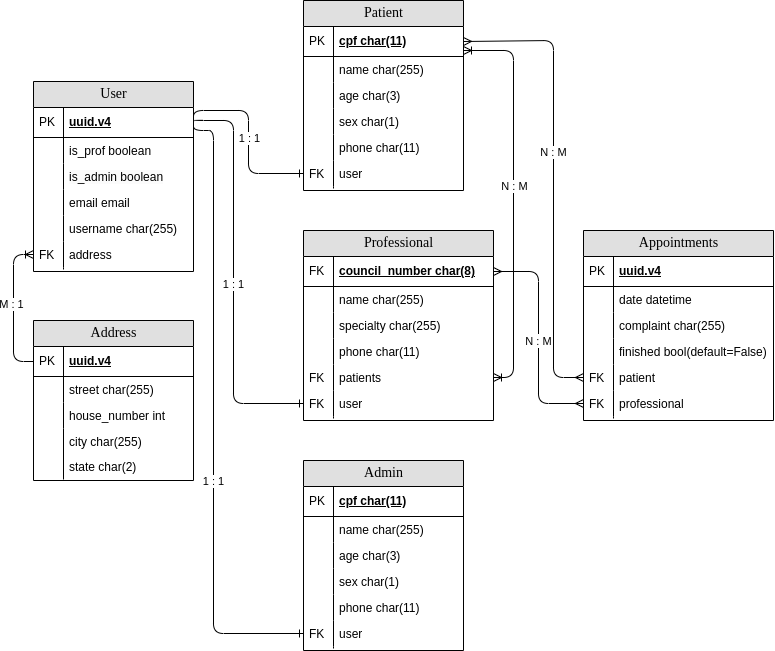
This is kenzie_doc_django.drawio.png from AndreKuratomi/kenzie_doc_django, a draw.io export, as it was before one commit. Source tidied: cells renumbered, new cells last; positions are measured from the earlier drawing's top-left corner, leaving out a move shared by most shapes.
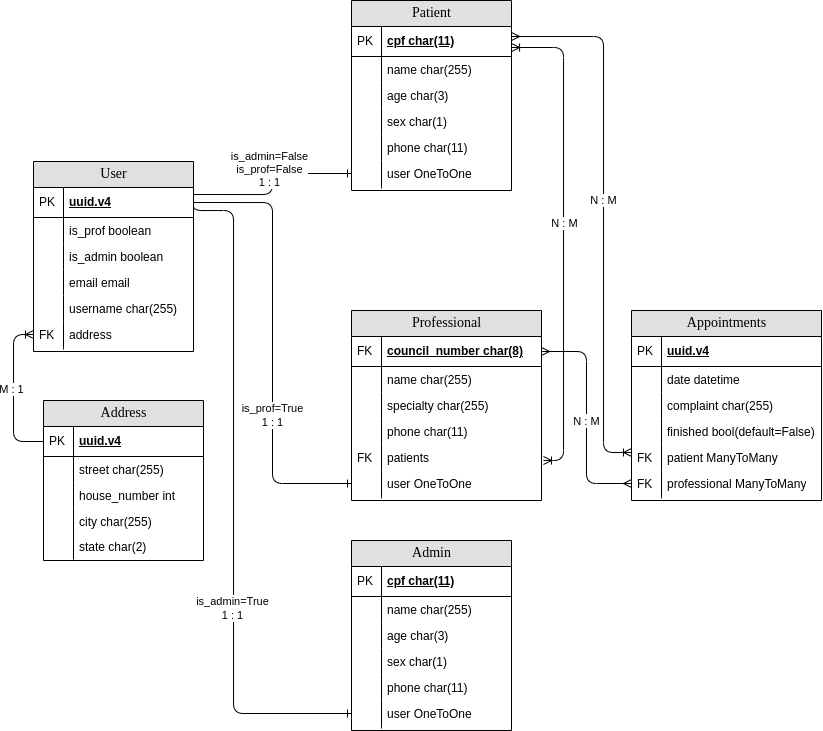
Above is the later version.

Commit message:
docs: diagram draft updated with conditionals

What changed in the source:
```diff
@@ -36,7 +36,7 @@
       <mxGeometry width="30" height="10" as="geometry" />
     </mxCell>
     <mxCell id="13" value="User" style="swimlane;html=1;fontStyle=0;horizontal=1;startSize=26;fillColor=#e0e0e0;swimlaneFillColor=#ffffff;align=center;rounded=0;shadow=0;comic=0;labelBackgroundColor=none;strokeWidth=1;fontFamily=Verdana;fontSize=14;" parent="1" vertex="1">
-      <mxGeometry y="81" width="160" height="190" as="geometry" />
+      <mxGeometry x="-10" y="81" width="160" height="190" as="geometry" />
     </mxCell>
     <mxCell id="14" value="uuid.v4" style="shape=partialRectangle;top=0;left=0;right=0;bottom=1;html=1;align=left;verticalAlign=middle;fillColor=none;spacingLeft=34;spacingRight=4;whiteSpace=wrap;overflow=hidden;points=[[0,0.5],[1,0.5]];portConstraint=eastwest;fontStyle=5;" parent="13" vertex="1">
       <mxGeometry y="26" width="160" height="30" as="geometry" />
@@ -95,7 +95,7 @@
       </mxGeometry>
     </mxCell>
     <mxCell id="32" value="Patient" style="swimlane;html=1;fontStyle=0;horizontal=1;startSize=26;fillColor=#e0e0e0;swimlaneFillColor=#ffffff;align=center;rounded=0;shadow=0;comic=0;labelBackgroundColor=none;strokeWidth=1;fontFamily=Verdana;fontSize=14;" parent="1" vertex="1">
-      <mxGeometry x="270" width="160" height="190" as="geometry" />
+      <mxGeometry x="308" y="-80" width="160" height="190" as="geometry" />
     </mxCell>
     <mxCell id="33" value="cpf char(11)" style="shape=partialRectangle;top=0;left=0;right=0;bottom=1;html=1;align=left;verticalAlign=middle;fillColor=none;spacingLeft=34;spacingRight=4;whiteSpace=wrap;overflow=hidden;points=[[0,0.5],[1,0.5]];portConstraint=eastwest;fontStyle=5;" parent="32" vertex="1">
       <mxGeometry y="26" width="160" height="30" as="geometry" />
@@ -127,10 +127,10 @@
     <mxCell id="42" style="shape=partialRectangle;top=0;left=0;bottom=0;html=1;fillColor=none;align=left;verticalAlign=top;spacingLeft=4;spacingRight=4;whiteSpace=wrap;overflow=hidden;" parent="41" vertex="1">
       <mxGeometry width="30" height="26" as="geometry" />
     </mxCell>
-    <mxCell id="43" value="user" style="shape=partialRectangle;top=0;left=0;right=0;bottom=0;html=1;align=left;verticalAlign=top;fillColor=none;spacingLeft=34;spacingRight=4;whiteSpace=wrap;overflow=hidden;points=[[0,0.5],[1,0.5]];portConstraint=eastwest;" parent="32" vertex="1">
+    <mxCell id="43" value="user OneToOne" style="shape=partialRectangle;top=0;left=0;right=0;bottom=0;html=1;align=left;verticalAlign=top;fillColor=none;spacingLeft=34;spacingRight=4;whiteSpace=wrap;overflow=hidden;points=[[0,0.5],[1,0.5]];portConstraint=eastwest;" parent="32" vertex="1">
       <mxGeometry y="160" width="160" height="26" as="geometry" />
     </mxCell>
-    <mxCell id="44" value="FK" style="shape=partialRectangle;top=0;left=0;bottom=0;html=1;fillColor=none;align=left;verticalAlign=top;spacingLeft=4;spacingRight=4;whiteSpace=wrap;overflow=hidden;" parent="43" vertex="1">
+    <mxCell id="44" style="shape=partialRectangle;top=0;left=0;bottom=0;html=1;fillColor=none;align=left;verticalAlign=top;spacingLeft=4;spacingRight=4;whiteSpace=wrap;overflow=hidden;" parent="43" vertex="1">
       <mxGeometry width="30" height="26" as="geometry" />
     </mxCell>
     <mxCell id="45" style="shape=partialRectangle;top=0;left=0;right=0;bottom=0;html=1;align=left;verticalAlign=top;fillColor=none;spacingLeft=34;spacingRight=4;whiteSpace=wrap;overflow=hidden;" parent="32" vertex="1">
@@ -140,7 +140,7 @@
       <mxGeometry width="30" height="2" as="geometry" />
     </mxCell>
     <mxCell id="47" value="Professional" style="swimlane;html=1;fontStyle=0;horizontal=1;startSize=26;fillColor=#e0e0e0;swimlaneFillColor=#ffffff;align=center;rounded=0;shadow=0;comic=0;labelBackgroundColor=none;strokeWidth=1;fontFamily=Verdana;fontSize=14;" parent="1" vertex="1">
-      <mxGeometry x="270" y="230" width="190" height="190" as="geometry" />
+      <mxGeometry x="308" y="230" width="190" height="190" as="geometry" />
     </mxCell>
     <mxCell id="48" value="council_number char(8)" style="shape=partialRectangle;top=0;left=0;right=0;bottom=1;html=1;align=left;verticalAlign=middle;fillColor=none;spacingLeft=34;spacingRight=4;whiteSpace=wrap;overflow=hidden;points=[[0,0.5],[1,0.5]];portConstraint=eastwest;fontStyle=5;" parent="47" vertex="1">
       <mxGeometry y="26" width="190" height="30" as="geometry" />
@@ -172,10 +172,10 @@
     <mxCell id="57" value="FK" style="shape=partialRectangle;top=0;left=0;bottom=0;html=1;fillColor=none;align=left;verticalAlign=top;spacingLeft=4;spacingRight=4;whiteSpace=wrap;overflow=hidden;" parent="56" vertex="1">
       <mxGeometry width="30" height="26" as="geometry" />
     </mxCell>
-    <mxCell id="58" value="user" style="shape=partialRectangle;top=0;left=0;right=0;bottom=0;html=1;align=left;verticalAlign=top;fillColor=none;spacingLeft=34;spacingRight=4;whiteSpace=wrap;overflow=hidden;points=[[0,0.5],[1,0.5]];portConstraint=eastwest;" parent="47" vertex="1">
+    <mxCell id="58" value="user OneToOne" style="shape=partialRectangle;top=0;left=0;right=0;bottom=0;html=1;align=left;verticalAlign=top;fillColor=none;spacingLeft=34;spacingRight=4;whiteSpace=wrap;overflow=hidden;points=[[0,0.5],[1,0.5]];portConstraint=eastwest;" parent="47" vertex="1">
       <mxGeometry y="160" width="190" height="26" as="geometry" />
     </mxCell>
-    <mxCell id="59" value="FK" style="shape=partialRectangle;top=0;left=0;bottom=0;html=1;fillColor=none;align=left;verticalAlign=top;spacingLeft=4;spacingRight=4;whiteSpace=wrap;overflow=hidden;" parent="58" vertex="1">
+    <mxCell id="59" style="shape=partialRectangle;top=0;left=0;bottom=0;html=1;fillColor=none;align=left;verticalAlign=top;spacingLeft=4;spacingRight=4;whiteSpace=wrap;overflow=hidden;" parent="58" vertex="1">
       <mxGeometry width="30" height="26" as="geometry" />
     </mxCell>
     <mxCell id="60" style="shape=partialRectangle;top=0;left=0;right=0;bottom=0;html=1;align=left;verticalAlign=top;fillColor=none;spacingLeft=34;spacingRight=4;whiteSpace=wrap;overflow=hidden;" parent="47" vertex="1">
@@ -185,7 +185,7 @@
       <mxGeometry width="30" height="2" as="geometry" />
     </mxCell>
     <mxCell id="62" value="Admin" style="swimlane;html=1;fontStyle=0;horizontal=1;startSize=26;fillColor=#e0e0e0;swimlaneFillColor=#ffffff;align=center;rounded=0;shadow=0;comic=0;labelBackgroundColor=none;strokeWidth=1;fontFamily=Verdana;fontSize=14;" parent="1" vertex="1">
-      <mxGeometry x="270" y="460" width="160" height="190" as="geometry" />
+      <mxGeometry x="308" y="460" width="160" height="190" as="geometry" />
     </mxCell>
     <mxCell id="63" value="cpf char(11)" style="shape=partialRectangle;top=0;left=0;right=0;bottom=1;html=1;align=left;verticalAlign=middle;fillColor=none;spacingLeft=34;spacingRight=4;whiteSpace=wrap;overflow=hidden;fontStyle=5;" parent="62" vertex="1">
       <mxGeometry y="26" width="160" height="30" as="geometry" />
@@ -217,10 +217,10 @@
     <mxCell id="72" style="shape=partialRectangle;top=0;left=0;bottom=0;html=1;fillColor=none;align=left;verticalAlign=top;spacingLeft=4;spacingRight=4;whiteSpace=wrap;overflow=hidden;" parent="71" vertex="1">
       <mxGeometry width="30" height="26" as="geometry" />
     </mxCell>
-    <mxCell id="73" value="user" style="shape=partialRectangle;top=0;left=0;right=0;bottom=0;html=1;align=left;verticalAlign=top;fillColor=none;spacingLeft=34;spacingRight=4;whiteSpace=wrap;overflow=hidden;points=[[0,0.5],[1,0.5]];portConstraint=eastwest;" parent="62" vertex="1">
+    <mxCell id="73" value="user OneToOne" style="shape=partialRectangle;top=0;left=0;right=0;bottom=0;html=1;align=left;verticalAlign=top;fillColor=none;spacingLeft=34;spacingRight=4;whiteSpace=wrap;overflow=hidden;points=[[0,0.5],[1,0.5]];portConstraint=eastwest;" parent="62" vertex="1">
       <mxGeometry y="160" width="160" height="26" as="geometry" />
     </mxCell>
-    <mxCell id="74" value="FK" style="shape=partialRectangle;top=0;left=0;bottom=0;html=1;fillColor=none;align=left;verticalAlign=top;spacingLeft=4;spacingRight=4;whiteSpace=wrap;overflow=hidden;" parent="73" vertex="1">
+    <mxCell id="74" style="shape=partialRectangle;top=0;left=0;bottom=0;html=1;fillColor=none;align=left;verticalAlign=top;spacingLeft=4;spacingRight=4;whiteSpace=wrap;overflow=hidden;" parent="73" vertex="1">
       <mxGeometry width="30" height="26" as="geometry" />
     </mxCell>
     <mxCell id="75" style="shape=partialRectangle;top=0;left=0;right=0;bottom=0;html=1;align=left;verticalAlign=top;fillColor=none;spacingLeft=34;spacingRight=4;whiteSpace=wrap;overflow=hidden;" parent="62" vertex="1">
@@ -230,7 +230,7 @@
       <mxGeometry width="30" height="2" as="geometry" />
     </mxCell>
     <mxCell id="77" value="Appointments" style="swimlane;html=1;fontStyle=0;horizontal=1;startSize=26;fillColor=#e0e0e0;swimlaneFillColor=#ffffff;align=center;rounded=0;shadow=0;comic=0;labelBackgroundColor=none;strokeWidth=1;fontFamily=Verdana;fontSize=14;" parent="1" vertex="1">
-      <mxGeometry x="550" y="230" width="190" height="190" as="geometry" />
+      <mxGeometry x="588" y="230" width="190" height="190" as="geometry" />
     </mxCell>
     <mxCell id="78" value="uuid.v4" style="shape=partialRectangle;top=0;left=0;right=0;bottom=1;html=1;align=left;verticalAlign=middle;fillColor=none;spacingLeft=34;spacingRight=4;whiteSpace=wrap;overflow=hidden;fontStyle=5;" parent="77" vertex="1">
       <mxGeometry y="26" width="190" height="30" as="geometry" />
@@ -256,13 +256,13 @@
     <mxCell id="85" style="shape=partialRectangle;top=0;left=0;bottom=0;html=1;fillColor=none;align=left;verticalAlign=top;spacingLeft=4;spacingRight=4;whiteSpace=wrap;overflow=hidden;" parent="84" vertex="1">
       <mxGeometry width="30" height="26" as="geometry" />
     </mxCell>
-    <mxCell id="86" value="patient" style="shape=partialRectangle;top=0;left=0;right=0;bottom=0;html=1;align=left;verticalAlign=top;fillColor=none;spacingLeft=34;spacingRight=4;whiteSpace=wrap;overflow=hidden;points=[[0,0.5],[1,0.5]];portConstraint=eastwest;" parent="77" vertex="1">
+    <mxCell id="86" value="patient ManyToMany" style="shape=partialRectangle;top=0;left=0;right=0;bottom=0;html=1;align=left;verticalAlign=top;fillColor=none;spacingLeft=34;spacingRight=4;whiteSpace=wrap;overflow=hidden;points=[[0,0.5],[1,0.5]];portConstraint=eastwest;" parent="77" vertex="1">
       <mxGeometry y="134" width="190" height="26" as="geometry" />
     </mxCell>
     <mxCell id="87" value="FK" style="shape=partialRectangle;top=0;left=0;bottom=0;html=1;fillColor=none;align=left;verticalAlign=top;spacingLeft=4;spacingRight=4;whiteSpace=wrap;overflow=hidden;" parent="86" vertex="1">
       <mxGeometry width="30" height="26" as="geometry" />
     </mxCell>
-    <mxCell id="88" value="professional" style="shape=partialRectangle;top=0;left=0;right=0;bottom=0;html=1;align=left;verticalAlign=top;fillColor=none;spacingLeft=34;spacingRight=4;whiteSpace=wrap;overflow=hidden;points=[[0,0.5],[1,0.5]];portConstraint=eastwest;" parent="77" vertex="1">
+    <mxCell id="88" value="professional&amp;nbsp;ManyToMany" style="shape=partialRectangle;top=0;left=0;right=0;bottom=0;html=1;align=left;verticalAlign=top;fillColor=none;spacingLeft=34;spacingRight=4;whiteSpace=wrap;overflow=hidden;points=[[0,0.5],[1,0.5]];portConstraint=eastwest;" parent="77" vertex="1">
       <mxGeometry y="160" width="190" height="26" as="geometry" />
     </mxCell>
     <mxCell id="89" value="FK" style="shape=partialRectangle;top=0;left=0;bottom=0;html=1;fillColor=none;align=left;verticalAlign=top;spacingLeft=4;spacingRight=4;whiteSpace=wrap;overflow=hidden;" parent="88" vertex="1">
@@ -274,76 +274,19 @@
     <mxCell id="91" style="shape=partialRectangle;top=0;left=0;bottom=0;html=1;fillColor=none;align=left;verticalAlign=top;spacingLeft=4;spacingRight=4;whiteSpace=wrap;overflow=hidden;" parent="90" vertex="1">
       <mxGeometry width="30" height="2" as="geometry" />
     </mxCell>
-    <mxCell id="92" style="edgeStyle=orthogonalEdgeStyle;rounded=1;jettySize=auto;html=1;exitX=1;exitY=0.5;exitDx=0;exitDy=0;entryX=0;entryY=0.5;entryDx=0;entryDy=0;curved=0;endArrow=ERone;endFill=0;" parent="1" edge="1" source="14" target="43">
-      <mxGeometry relative="1" as="geometry">
-        <Array as="points">
-          <mxPoint x="160" y="110" />
-          <mxPoint x="215" y="110" />
-          <mxPoint x="215" y="173" />
-        </Array>
-      </mxGeometry>
-    </mxCell>
-    <mxCell id="93" value="&lt;span style=&quot;color: rgba(0, 0, 0, 0); font-family: monospace; font-size: 0px; text-align: start; background-color: rgb(251, 251, 251);&quot;&gt;%3CmxGraphModel%3E%3Croot%3E%3CmxCell%20id%3D%220%22%2F%3E%3CmxCell%20id%3D%221%22%20parent%3D%220%22%2F%3E%3CmxCell%20id%3D%222%22%20value%3D%221%20%3A%201%22%20style%3D%22edgeLabel%3Bhtml%3D1%3Balign%3Dcenter%3BverticalAlign%3Dmiddle%3Bresizable%3D0%3Bpoints%3D%5B%5D%3B%22%20vertex%3D%221%22%20connectable%3D%220%22%20parent%3D%221%22%3E%3CmxGeometry%20x%3D%22260%22%20y%3D%22433.714285714286%22%20as%3D%22geometry%22%2F%3E%3C%2FmxCell%3E%3C%2Froot%3E%3C%2FmxGraphModel%3E&lt;/span&gt;" style="edgeLabel;html=1;align=center;verticalAlign=middle;" parent="92" vertex="1">
-      <mxGeometry x="0.02" relative="1" as="geometry" />
-    </mxCell>
-    <mxCell id="94" value="&lt;span style=&quot;color: rgba(0, 0, 0, 0); font-family: monospace; font-size: 0px; text-align: start; background-color: rgb(251, 251, 251);&quot;&gt;%3CmxGraphModel%3E%3Croot%3E%3CmxCell%20id%3D%220%22%2F%3E%3CmxCell%20id%3D%221%22%20parent%3D%220%22%2F%3E%3CmxCell%20id%3D%222%22%20value%3D%221%20%3A%201%22%20style%3D%22edgeLabel%3Bhtml%3D1%3Balign%3Dcenter%3BverticalAlign%3Dmiddle%3Bresizable%3D0%3Bpoints%3D%5B%5D%3B%22%20vertex%3D%221%22%20connectable%3D%220%22%20parent%3D%221%22%3E%3CmxGeometry%20x%3D%22260%22%20y%3D%22433.714285714286%22%20as%3D%22geometry%22%2F%3E%3C%2FmxCell%3E%3C%2Froot%3E%3C%2FmxGraphModel%3E&lt;/span&gt;" style="edgeLabel;html=1;align=center;verticalAlign=middle;" parent="92" vertex="1">
-      <mxGeometry x="0.05" y="-1" relative="1" as="geometry" />
-    </mxCell>
-    <mxCell id="95" value="1 : 1" style="edgeLabel;html=1;align=center;verticalAlign=middle;" parent="92" vertex="1">
-      <mxGeometry x="0.03" y="1" relative="1" as="geometry" />
-    </mxCell>
-    <mxCell id="96" style="edgeStyle=orthogonalEdgeStyle;rounded=1;jettySize=auto;html=1;exitX=1;exitY=0.5;exitDx=0;exitDy=0;entryX=0;entryY=0.5;entryDx=0;entryDy=0;curved=0;endArrow=ERone;endFill=0;" parent="1" edge="1" source="14" target="58">
-      <mxGeometry relative="1" as="geometry">
-        <Array as="points">
-          <mxPoint x="160" y="120" />
-          <mxPoint x="200" y="120" />
-          <mxPoint x="200" y="403" />
-        </Array>
-      </mxGeometry>
-    </mxCell>
-    <mxCell id="97" value="1 : 1" style="edgeLabel;html=1;align=center;verticalAlign=middle;" parent="96" vertex="1">
-      <mxGeometry x="0.04" y="3" relative="1" as="geometry">
-        <mxPoint x="-3" as="offset" />
-      </mxGeometry>
-    </mxCell>
-    <mxCell id="98" style="edgeStyle=orthogonalEdgeStyle;rounded=1;jettySize=auto;html=1;exitX=1;exitY=0.5;exitDx=0;exitDy=0;entryX=0;entryY=0.5;entryDx=0;entryDy=0;curved=0;endArrow=ERone;endFill=0;" parent="1" edge="1" source="14" target="73">
-      <mxGeometry relative="1" as="geometry">
-        <Array as="points">
-          <mxPoint x="160" y="130" />
-          <mxPoint x="180" y="130" />
-          <mxPoint x="180" y="633" />
-        </Array>
-      </mxGeometry>
-    </mxCell>
-    <mxCell id="99" value="1 : 1" style="edgeLabel;html=1;align=center;verticalAlign=middle;" parent="98" vertex="1">
-      <mxGeometry x="0.22" y="3" relative="1" as="geometry">
-        <mxPoint x="-3" as="offset" />
-      </mxGeometry>
-    </mxCell>
-    <mxCell id="100" style="edgeStyle=orthogonalEdgeStyle;rounded=1;jettySize=auto;html=1;entryX=1;entryY=0.5;entryDx=0;entryDy=0;curved=0;startArrow=ERoneToMany;startFill=0;endArrow=ERoneToMany;endFill=0;" parent="1" edge="1" source="33" target="56">
+    <mxCell id="100" style="edgeStyle=orthogonalEdgeStyle;rounded=1;orthogonalLoop=1;jettySize=auto;html=1;curved=0;startArrow=ERoneToMany;startFill=0;endArrow=ERoneToMany;endFill=0;exitX=1.013;exitY=0.8;exitDx=0;exitDy=0;exitPerimeter=0;" parent="1" edge="1">
       <mxGeometry relative="1" as="geometry">
+        <mxPoint x="468.1" y="-33" as="sourcePoint" />
+        <mxPoint x="500" y="380" as="targetPoint" />
         <Array as="points">
-          <mxPoint x="480" y="50" />
-          <mxPoint x="480" y="377" />
+          <mxPoint x="520" y="-33" />
+          <mxPoint x="520" y="380" />
         </Array>
       </mxGeometry>
     </mxCell>
     <mxCell id="101" value="N : M" style="edgeLabel;html=1;align=center;verticalAlign=middle;" parent="100" vertex="1">
       <mxGeometry x="-0.06" y="1" relative="1" as="geometry" />
     </mxCell>
-    <mxCell id="102" style="edgeStyle=orthogonalEdgeStyle;rounded=1;jettySize=auto;html=1;exitX=1;exitY=0.5;exitDx=0;exitDy=0;entryX=0;entryY=0.5;entryDx=0;entryDy=0;curved=0;startArrow=ERmany;startFill=0;endArrow=ERmany;endFill=0;" parent="1" edge="1" source="33" target="86">
-      <mxGeometry relative="1" as="geometry">
-        <Array as="points">
-          <mxPoint x="520" y="40" />
-          <mxPoint x="520" y="377" />
-        </Array>
-      </mxGeometry>
-    </mxCell>
-    <mxCell id="103" value="N : M" style="edgeLabel;html=1;align=center;verticalAlign=middle;" parent="102" vertex="1">
-      <mxGeometry x="0.02" relative="1" as="geometry">
-        <mxPoint y="-33" as="offset" />
-      </mxGeometry>
-    </mxCell>
     <mxCell id="104" style="edgeStyle=orthogonalEdgeStyle;rounded=1;jettySize=auto;html=1;exitX=1;exitY=0.5;exitDx=0;exitDy=0;entryX=0;entryY=0.5;entryDx=0;entryDy=0;curved=0;endArrow=ERmany;endFill=0;startArrow=ERmany;startFill=0;" parent="1" edge="1" source="48" target="88">
       <mxGeometry relative="1" as="geometry" />
     </mxCell>
@@ -355,5 +298,48 @@
         <mxPoint x="2" as="offset" />
       </mxGeometry>
     </mxCell>
+    <mxCell id="98" style="edgeStyle=orthogonalEdgeStyle;rounded=1;jettySize=auto;html=1;exitX=1;exitY=0.5;exitDx=0;exitDy=0;entryX=0;entryY=0.5;entryDx=0;entryDy=0;curved=0;endArrow=ERone;endFill=0;" parent="1" edge="1" source="14" target="73">
+      <mxGeometry relative="1" as="geometry">
+        <Array as="points">
+          <mxPoint x="150" y="130" />
+          <mxPoint x="190" y="130" />
+          <mxPoint x="190" y="633" />
+        </Array>
+      </mxGeometry>
+    </mxCell>
+    <mxCell id="107" value="&lt;div&gt;is_admin=True&lt;/div&gt;1 : 1" style="edgeLabel;html=1;align=center;verticalAlign=middle;" parent="1" vertex="1">
+      <mxGeometry x="189" y="527.7" as="geometry" />
+    </mxCell>
+    <mxCell id="96" style="edgeStyle=orthogonalEdgeStyle;rounded=1;jettySize=auto;html=1;exitX=1;exitY=0.5;exitDx=0;exitDy=0;entryX=0;entryY=0.5;entryDx=0;entryDy=0;curved=0;endArrow=ERone;endFill=0;" parent="1" edge="1" source="14" target="58">
+      <mxGeometry relative="1" as="geometry" />
+    </mxCell>
+    <mxCell id="108" value="&lt;div&gt;is_prof=True&lt;/div&gt;1 : 1" style="edgeLabel;html=1;align=center;verticalAlign=middle;" parent="1" vertex="1">
+      <mxGeometry x="229" y="334.9" as="geometry" />
+    </mxCell>
+    <mxCell id="109" style="edgeStyle=orthogonalEdgeStyle;rounded=1;jettySize=auto;html=1;entryX=0;entryY=0.5;entryDx=0;entryDy=0;curved=0;endArrow=ERone;endFill=0;" parent="1" edge="1" target="43">
+      <mxGeometry relative="1" as="geometry">
+        <mxPoint x="150" y="114" as="sourcePoint" />
+        <Array as="points">
+          <mxPoint x="229" y="114" />
+          <mxPoint x="229" y="93" />
+        </Array>
+      </mxGeometry>
+    </mxCell>
+    <mxCell id="110" value="&lt;div&gt;is_admin=False&lt;/div&gt;&lt;div&gt;is_prof=False&lt;/div&gt;1 : 1" style="edgeLabel;html=1;align=center;verticalAlign=middle;" parent="1" vertex="1">
+      <mxGeometry x="225.4" y="89" as="geometry" />
+    </mxCell>
+    <mxCell id="111" style="edgeStyle=orthogonalEdgeStyle;rounded=1;orthogonalLoop=1;jettySize=auto;html=1;entryX=0;entryY=0.5;entryDx=0;entryDy=0;curved=0;startArrow=ERmany;startFill=0;endArrow=ERoneToMany;endFill=0;" parent="1" edge="1">
+      <mxGeometry relative="1" as="geometry">
+        <mxPoint x="468" y="-44" as="sourcePoint" />
+        <mxPoint x="588" y="372" as="targetPoint" />
+        <Array as="points">
+          <mxPoint x="560" y="-44" />
+          <mxPoint x="560" y="372" />
+        </Array>
+      </mxGeometry>
+    </mxCell>
+    <mxCell id="103" value="N : M" style="edgeLabel;html=1;align=center;verticalAlign=middle;" parent="1" vertex="1">
+      <mxGeometry x="560" y="119.7" as="geometry" />
+    </mxCell>
   </root>
 </mxGraphModel>
```
